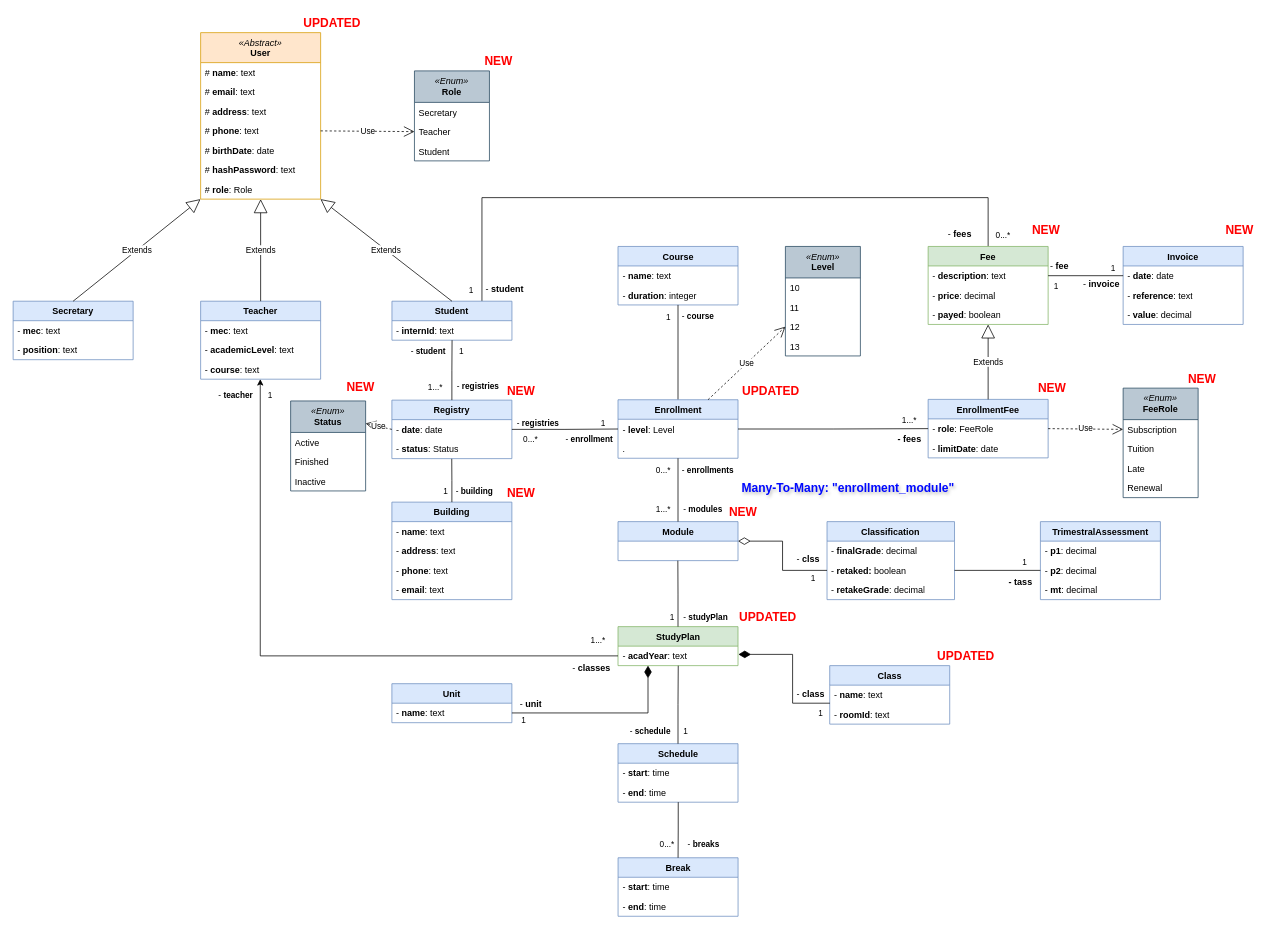
Above: editables/data-model.drawio in Joaquim-Claudio/Imptel-Online_P.D.S-2024-2025 (draw.io), before the change. Source tidied: cells renumbered, new cells numbered last; positions are measured from the earlier drawing's top-left corner, leaving out a move shared by most shapes. Both pictures are drawn from the tidied source at 75%, with x=0, y=0 at pixel (13, 13).
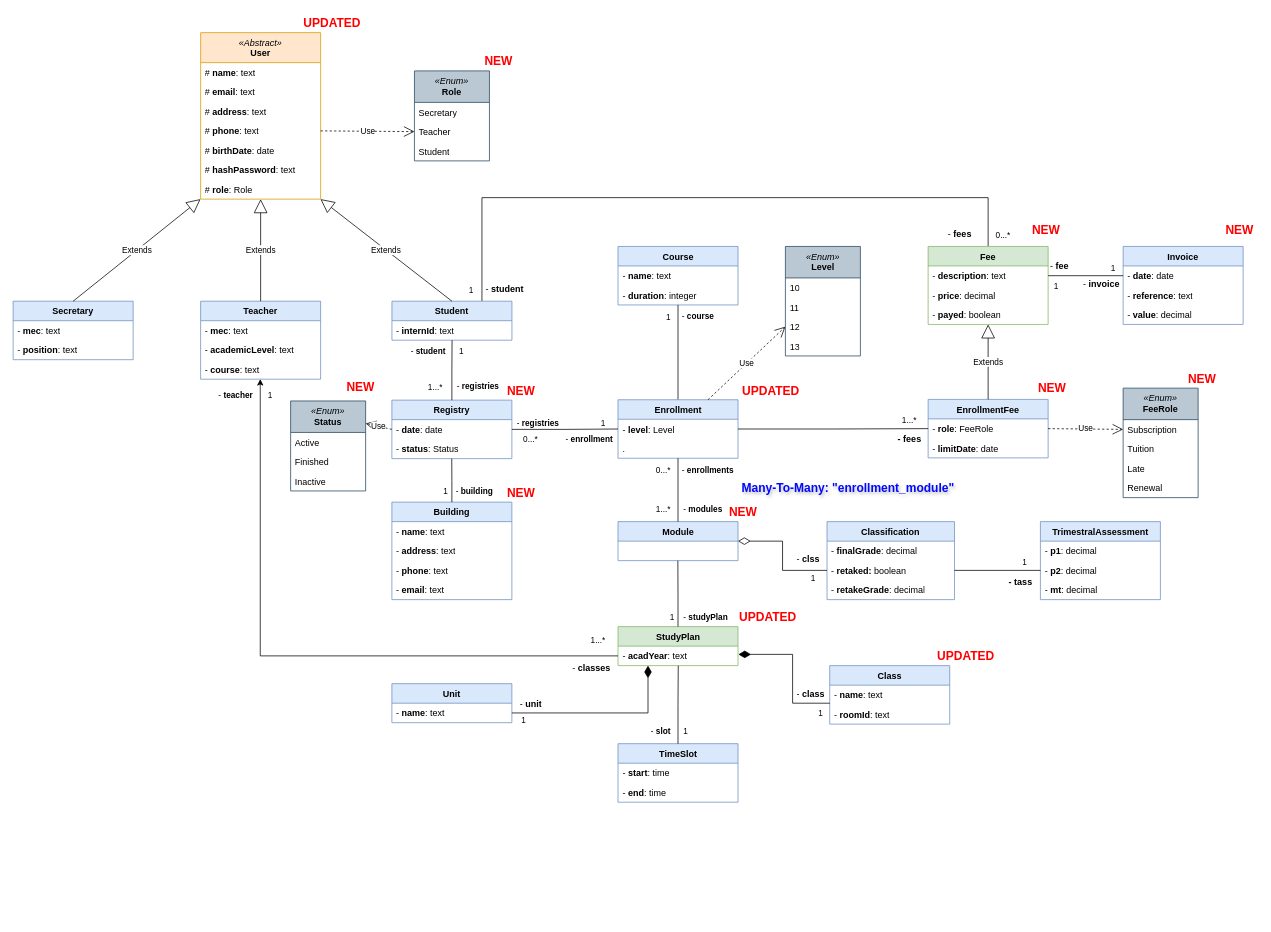
Above is the later version.

Commit message:
Actualizar time data-model.drawio

The change refers to these unchanged cells:
```xml
<mxCell id="47" value="- &lt;b&gt;end&lt;/b&gt;: time" style="text;strokeColor=none;fillColor=none;align=left;verticalAlign=top;spacingLeft=4;spacingRight=4;overflow=hidden;points=[[0,0.5],[1,0.5]];portConstraint=eastwest;whiteSpace=wrap;html=1;" parent="45" vertex="1">
  <mxGeometry y="52" width="160" height="26" as="geometry" />
</mxCell>
```

Diff of the diagram source:
```diff
@@
-    <mxCell id="45" value="Schedule" style="swimlane;fontStyle=1;align=center;verticalAlign=top;horizontal=1;startSize=26;whiteSpace=wrap;html=1;fillColor=#dae8fc;strokeColor=#6c8ebf;" parent="1" vertex="1">
+    <mxCell id="45" value="TimeSlot" style="swimlane;fontStyle=1;align=center;verticalAlign=top;horizontal=1;startSize=26;whiteSpace=wrap;html=1;fillColor=#dae8fc;strokeColor=#6c8ebf;" parent="1" vertex="1">
       <mxGeometry x="806.5" y="974.1" width="160" height="78" as="geometry" />
     </mxCell>
@@
-    <mxCell id="61" value="Break" style="swimlane;fontStyle=1;align=center;verticalAlign=top;horizontal=1;startSize=26;whiteSpace=wrap;html=1;fillColor=#dae8fc;strokeColor=#6c8ebf;" parent="1" vertex="1">
-      <mxGeometry x="806.6" y="1126.2" width="160" height="78" as="geometry" />
-    </mxCell>
-    <mxCell id="62" value="- &lt;b&gt;start&lt;/b&gt;: time" style="text;strokeColor=none;fillColor=none;align=left;verticalAlign=top;spacingLeft=4;spacingRight=4;overflow=hidden;whiteSpace=wrap;html=1;" parent="61" vertex="1">
-      <mxGeometry y="26" width="160" height="26" as="geometry" />
-    </mxCell>
-    <mxCell id="63" value="- &lt;b&gt;end&lt;/b&gt;: time" style="text;strokeColor=none;fillColor=none;align=left;verticalAlign=top;spacingLeft=4;spacingRight=4;overflow=hidden;whiteSpace=wrap;html=1;" parent="61" vertex="1">
-      <mxGeometry y="52" width="160" height="26" as="geometry" />
-    </mxCell>
-    <mxCell id="64" style="endArrow=none;html=1;edgeStyle=orthogonalEdgeStyle;rounded=0;exitX=0.502;exitY=0.998;exitDx=0;exitDy=0;exitPerimeter=0;entryX=0.5;entryY=0;entryDx=0;entryDy=0;" parent="1" edge="1" source="47" target="61">
-      <mxGeometry relative="1" as="geometry" />
-    </mxCell>
-    <mxCell id="65" value="- &lt;b&gt;breaks&lt;/b&gt;" style="edgeLabel;html=1;align=right;verticalAlign=bottom;" parent="64" vertex="1">
-      <mxGeometry x="1" relative="1" as="geometry">
-        <mxPoint x="55" y="-10" as="offset" />
-      </mxGeometry>
-    </mxCell>
-    <mxCell id="66" value="0...*" style="edgeLabel;html=1;align=right;verticalAlign=bottom;" parent="1" vertex="1">
-      <mxGeometry x="881.5" y="1116.3" as="geometry" />
-    </mxCell>
@@
-    <mxCell id="102" value="- &lt;b&gt;schedule&lt;/b&gt;" style="edgeLabel;html=1;align=right;verticalAlign=bottom;" parent="1" vertex="1">
+    <mxCell id="102" value="- &lt;b&gt;slot&lt;/b&gt;" style="edgeLabel;html=1;align=right;verticalAlign=bottom;" parent="1" vertex="1">
       <mxGeometry x="876.5" y="966.1" as="geometry" />
     </mxCell>
```
